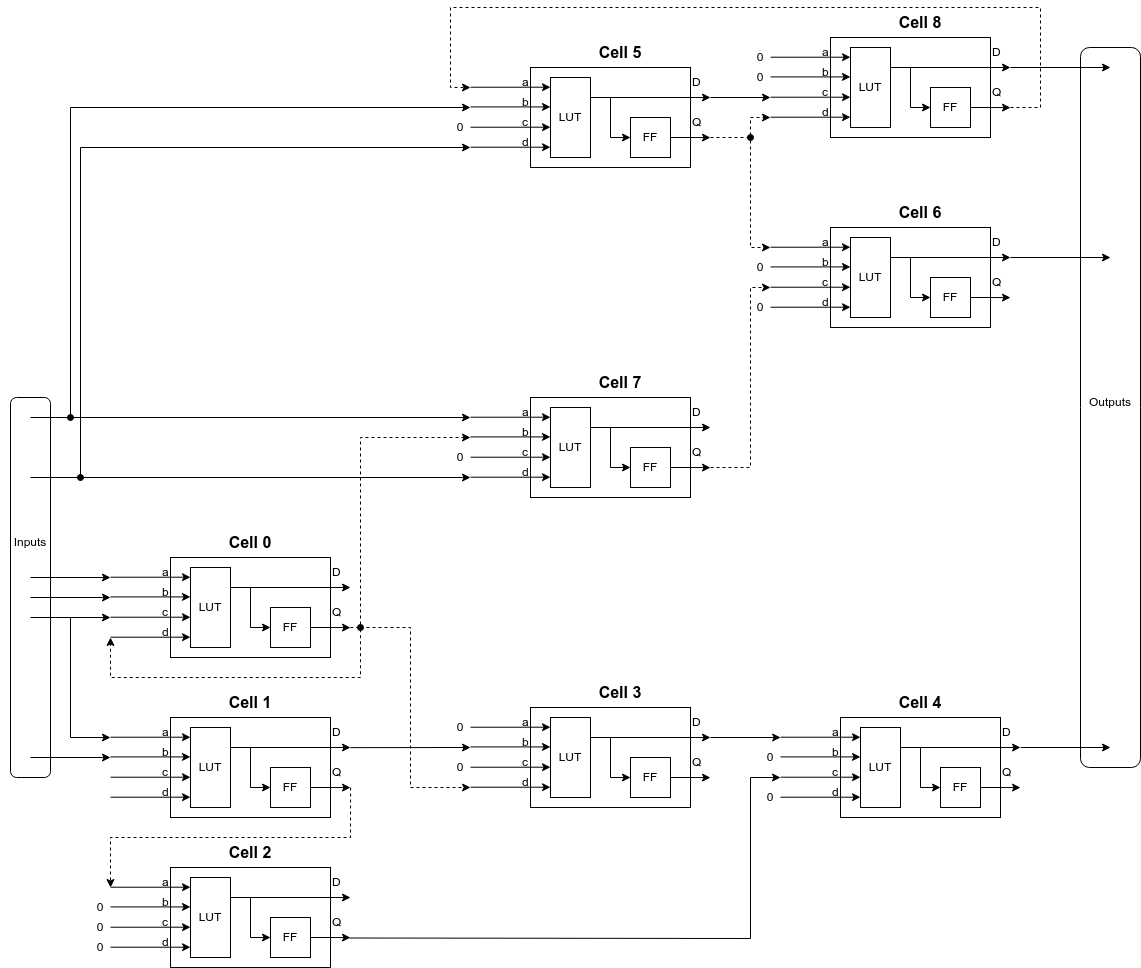
The draw.io diagram assets/cuda_sim/Flattened_Network_of_LUTFF_cells_alt.png in tomverbeure/tomverbeure.github.io, before a commit. Source tidied: cells renumbered, new cells last; positions are measured from the earlier drawing's top-left corner, leaving out a move shared by most shapes.
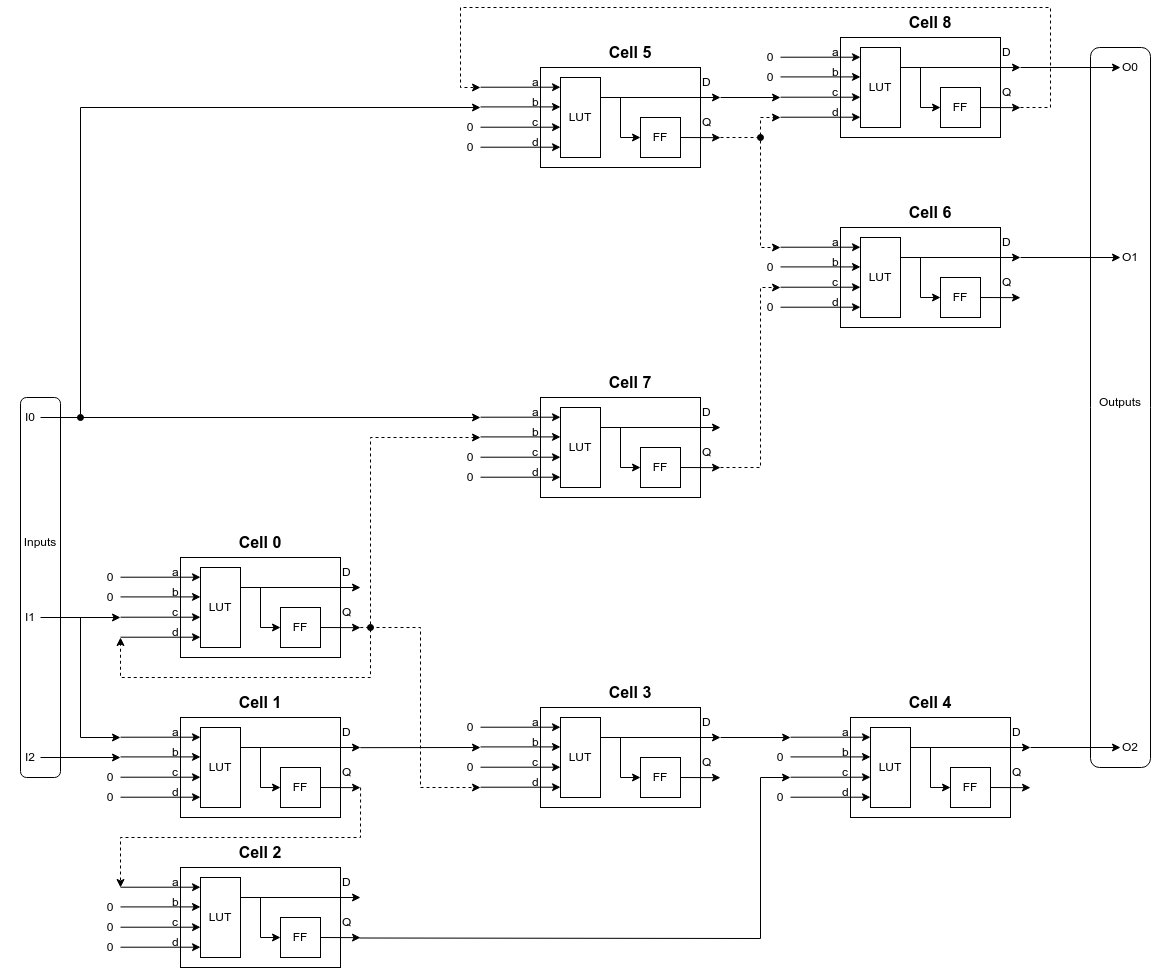
Above is the later version.

The edit, as a diff of the source:
```diff
@@ -36,12 +36,6 @@
         </Array>
       </mxGeometry>
     </mxCell>
-    <mxCell id="7" style="endArrow=classic;html=1;rounded=0;" parent="1" edge="1">
-      <mxGeometry relative="1" as="geometry">
-        <mxPoint x="30" y="470" as="sourcePoint" />
-        <mxPoint x="470" y="470" as="targetPoint" />
-      </mxGeometry>
-    </mxCell>
     <mxCell id="8" style="endArrow=classic;html=1;rounded=0;dashed=1;" parent="1" edge="1">
       <mxGeometry relative="1" as="geometry">
         <mxPoint x="710" y="130" as="sourcePoint" />
@@ -61,18 +55,6 @@
         </Array>
       </mxGeometry>
     </mxCell>
-    <mxCell id="10" style="endArrow=classic;html=1;rounded=0;" parent="1" edge="1">
-      <mxGeometry relative="1" as="geometry">
-        <mxPoint x="30" y="570" as="sourcePoint" />
-        <mxPoint x="110" y="570" as="targetPoint" />
-      </mxGeometry>
-    </mxCell>
-    <mxCell id="11" style="endArrow=classic;html=1;rounded=0;" parent="1" edge="1">
-      <mxGeometry relative="1" as="geometry">
-        <mxPoint x="30" y="590" as="sourcePoint" />
-        <mxPoint x="110" y="590" as="targetPoint" />
-      </mxGeometry>
-    </mxCell>
     <mxCell id="12" style="endArrow=classic;html=1;rounded=0;" parent="1" edge="1">
       <mxGeometry relative="1" as="geometry">
         <mxPoint x="30" y="610" as="sourcePoint" />
@@ -181,20 +163,11 @@
     <mxCell id="27" value="Outputs" style="text;html=1;strokeColor=none;fillColor=none;align=center;verticalAlign=middle;whiteSpace=wrap;rounded=0;" parent="1" vertex="1">
       <mxGeometry x="1080" y="380" width="60" height="30" as="geometry" />
     </mxCell>
-    <mxCell id="28" style="endArrow=classic;html=1;rounded=0;startArrow=oval;startFill=1;" parent="1" edge="1">
-      <mxGeometry relative="1" as="geometry">
-        <mxPoint x="80" y="470" as="sourcePoint" />
-        <mxPoint x="470" y="140" as="targetPoint" />
-        <Array as="points">
-          <mxPoint x="80" y="140" />
-        </Array>
-      </mxGeometry>
-    </mxCell>
     <mxCell id="29" value="0" style="text;html=1;strokeColor=none;fillColor=none;align=center;verticalAlign=middle;whiteSpace=wrap;rounded=0;" parent="1" vertex="1">
-      <mxGeometry x="210" y="760" width="20" height="20" as="geometry" />
+      <mxGeometry x="90" y="760" width="20" height="20" as="geometry" />
     </mxCell>
     <mxCell id="30" value="0" style="text;html=1;strokeColor=none;fillColor=none;align=center;verticalAlign=middle;whiteSpace=wrap;rounded=0;" parent="1" vertex="1">
-      <mxGeometry x="210" y="780" width="20" height="20" as="geometry" />
+      <mxGeometry x="90" y="780" width="20" height="20" as="geometry" />
     </mxCell>
     <mxCell id="31" value="0" style="text;html=1;strokeColor=none;fillColor=none;align=center;verticalAlign=middle;whiteSpace=wrap;rounded=0;" parent="1" vertex="1">
       <mxGeometry x="90" y="890" width="20" height="20" as="geometry" />
@@ -932,5 +905,35 @@
     <mxCell id="208" value="d" style="text;html=1;strokeColor=none;fillColor=none;align=left;verticalAlign=middle;whiteSpace=wrap;rounded=0;" parent="192" vertex="1">
       <mxGeometry x="50" y="60" width="60" height="30" as="geometry" />
     </mxCell>
+    <mxCell id="209" value="0" style="text;html=1;strokeColor=none;fillColor=none;align=center;verticalAlign=middle;whiteSpace=wrap;rounded=0;" parent="1" vertex="1">
+      <mxGeometry x="450" y="130" width="20" height="20" as="geometry" />
+    </mxCell>
+    <mxCell id="210" value="0" style="text;html=1;strokeColor=none;fillColor=none;align=center;verticalAlign=middle;whiteSpace=wrap;rounded=0;" parent="1" vertex="1">
+      <mxGeometry x="450" y="460" width="20" height="20" as="geometry" />
+    </mxCell>
+    <mxCell id="211" value="0" style="text;html=1;strokeColor=none;fillColor=none;align=center;verticalAlign=middle;whiteSpace=wrap;rounded=0;" parent="1" vertex="1">
+      <mxGeometry x="90" y="560" width="20" height="20" as="geometry" />
+    </mxCell>
+    <mxCell id="212" value="0" style="text;html=1;strokeColor=none;fillColor=none;align=center;verticalAlign=middle;whiteSpace=wrap;rounded=0;" parent="1" vertex="1">
+      <mxGeometry x="90" y="580" width="20" height="20" as="geometry" />
+    </mxCell>
+    <mxCell id="213" value="I0" style="text;html=1;strokeColor=none;fillColor=none;align=center;verticalAlign=middle;whiteSpace=wrap;rounded=0;" parent="1" vertex="1">
+      <mxGeometry x="-10" y="390" width="60" height="40" as="geometry" />
+    </mxCell>
+    <mxCell id="214" value="I1" style="text;html=1;strokeColor=none;fillColor=none;align=center;verticalAlign=middle;whiteSpace=wrap;rounded=0;" parent="1" vertex="1">
+      <mxGeometry x="-10" y="590" width="60" height="40" as="geometry" />
+    </mxCell>
+    <mxCell id="215" value="I2" style="text;html=1;strokeColor=none;fillColor=none;align=center;verticalAlign=middle;whiteSpace=wrap;rounded=0;" parent="1" vertex="1">
+      <mxGeometry x="-10" y="730" width="60" height="40" as="geometry" />
+    </mxCell>
+    <mxCell id="216" value="O0" style="text;html=1;strokeColor=none;fillColor=none;align=center;verticalAlign=middle;whiteSpace=wrap;rounded=0;" parent="1" vertex="1">
+      <mxGeometry x="1090" y="40" width="60" height="40" as="geometry" />
+    </mxCell>
+    <mxCell id="217" value="O1" style="text;html=1;strokeColor=none;fillColor=none;align=center;verticalAlign=middle;whiteSpace=wrap;rounded=0;" parent="1" vertex="1">
+      <mxGeometry x="1090" y="230" width="60" height="40" as="geometry" />
+    </mxCell>
+    <mxCell id="218" value="O2" style="text;html=1;strokeColor=none;fillColor=none;align=center;verticalAlign=middle;whiteSpace=wrap;rounded=0;" parent="1" vertex="1">
+      <mxGeometry x="1090" y="720" width="60" height="40" as="geometry" />
+    </mxCell>
   </root>
 </mxGraphModel>
```
